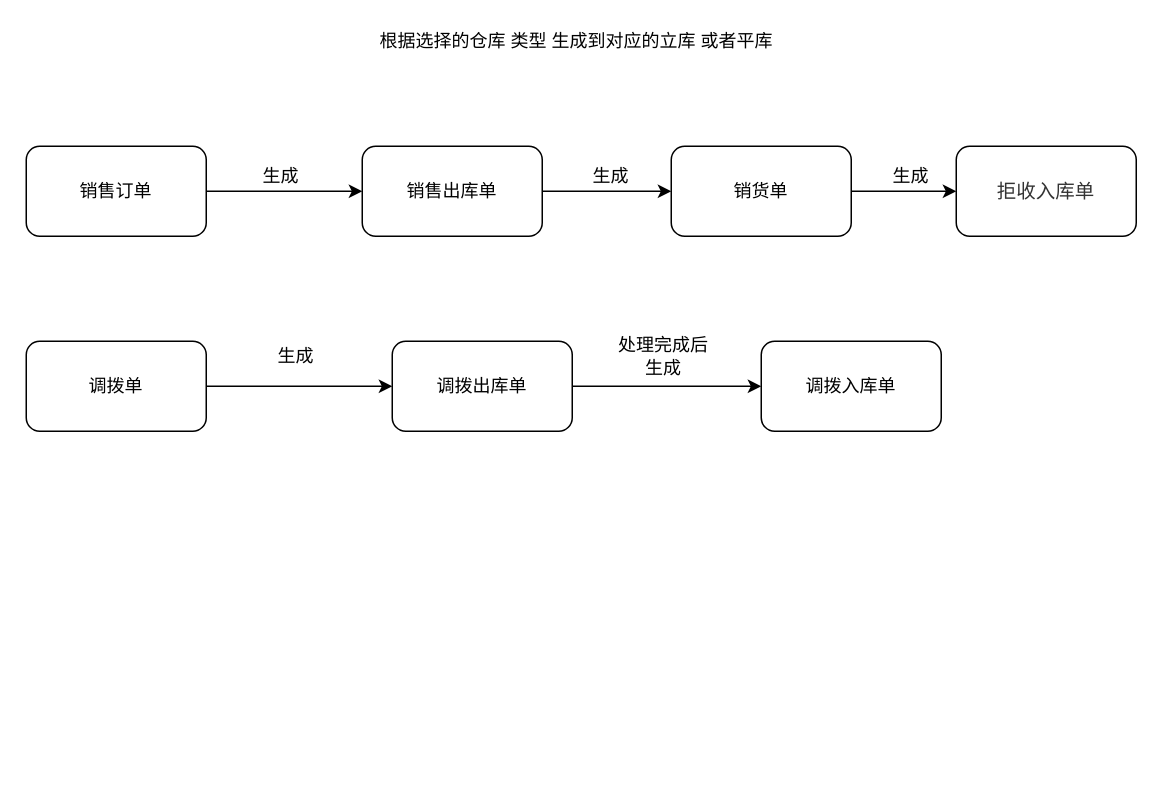
ywspace/vs keeps this draw.io diagram as Untitled Diagram.drawio. Above is the earlier version. Source tidied: cells renumbered, new cells numbered last; positions are measured from the earlier drawing's top-left corner, leaving out a move shared by most shapes. Both pictures are drawn from the tidied source at 150%, with x=0, y=0 at pixel (26, 26).
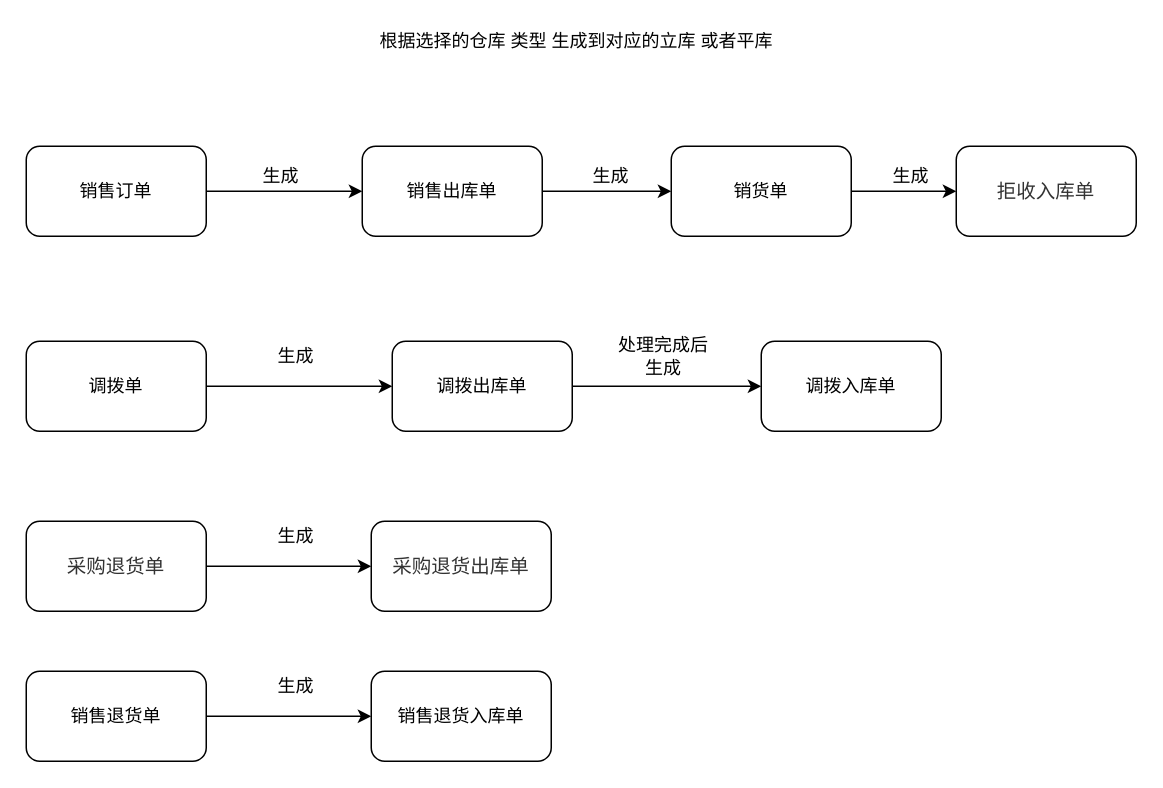
Above is the later version.

Change to the diagram source:
```diff
@@
+    <mxCell id="20" style="edgeStyle=orthogonalEdgeStyle;rounded=0;jettySize=auto;html=1;exitX=1;exitY=0.5;exitDx=0;exitDy=0;entryX=0;entryY=0.5;entryDx=0;entryDy=0;" parent="1" edge="1" source="21" target="22">
+      <mxGeometry relative="1" as="geometry" />
+    </mxCell>
+    <mxCell id="21" value="&lt;span style=&quot;color: rgb(51 , 51 , 51) ; font-family: &amp;#34;microsoftyahei&amp;#34; , , sans-serif ; font-size: 13px&quot;&gt;采购退货单&lt;/span&gt;" style="rounded=1;whiteSpace=wrap;html=1;" parent="1" vertex="1">
+      <mxGeometry y="330" width="120" height="60" as="geometry" />
+    </mxCell>
+    <mxCell id="22" value="&lt;span style=&quot;color: rgb(51 , 51 , 51) ; font-family: &amp;#34;microsoftyahei&amp;#34; , , sans-serif ; font-size: 13px&quot;&gt;采购退货出库单&lt;/span&gt;" style="rounded=1;whiteSpace=wrap;html=1;" parent="1" vertex="1">
+      <mxGeometry x="230" y="330" width="120" height="60" as="geometry" />
+    </mxCell>
+    <mxCell id="23" value="生成" style="text;html=1;strokeColor=none;fillColor=none;align=center;verticalAlign=middle;whiteSpace=wrap;rounded=0;" parent="1" vertex="1">
+      <mxGeometry x="160" y="330" width="40" height="20" as="geometry" />
+    </mxCell>
+    <mxCell id="24" style="edgeStyle=orthogonalEdgeStyle;rounded=0;jettySize=auto;html=1;exitX=1;exitY=0.5;exitDx=0;exitDy=0;entryX=0;entryY=0.5;entryDx=0;entryDy=0;" parent="1" edge="1" source="25" target="26">
+      <mxGeometry relative="1" as="geometry" />
+    </mxCell>
+    <mxCell id="25" value="销售退货单" style="rounded=1;whiteSpace=wrap;html=1;" parent="1" vertex="1">
+      <mxGeometry y="430" width="120" height="60" as="geometry" />
+    </mxCell>
+    <mxCell id="26" value="销售退货入库单" style="rounded=1;whiteSpace=wrap;html=1;" parent="1" vertex="1">
+      <mxGeometry x="230" y="430" width="120" height="60" as="geometry" />
+    </mxCell>
+    <mxCell id="27" value="生成" style="text;html=1;strokeColor=none;fillColor=none;align=center;verticalAlign=middle;whiteSpace=wrap;rounded=0;" parent="1" vertex="1">
+      <mxGeometry x="160" y="430" width="40" height="20" as="geometry" />
+    </mxCell>
```
